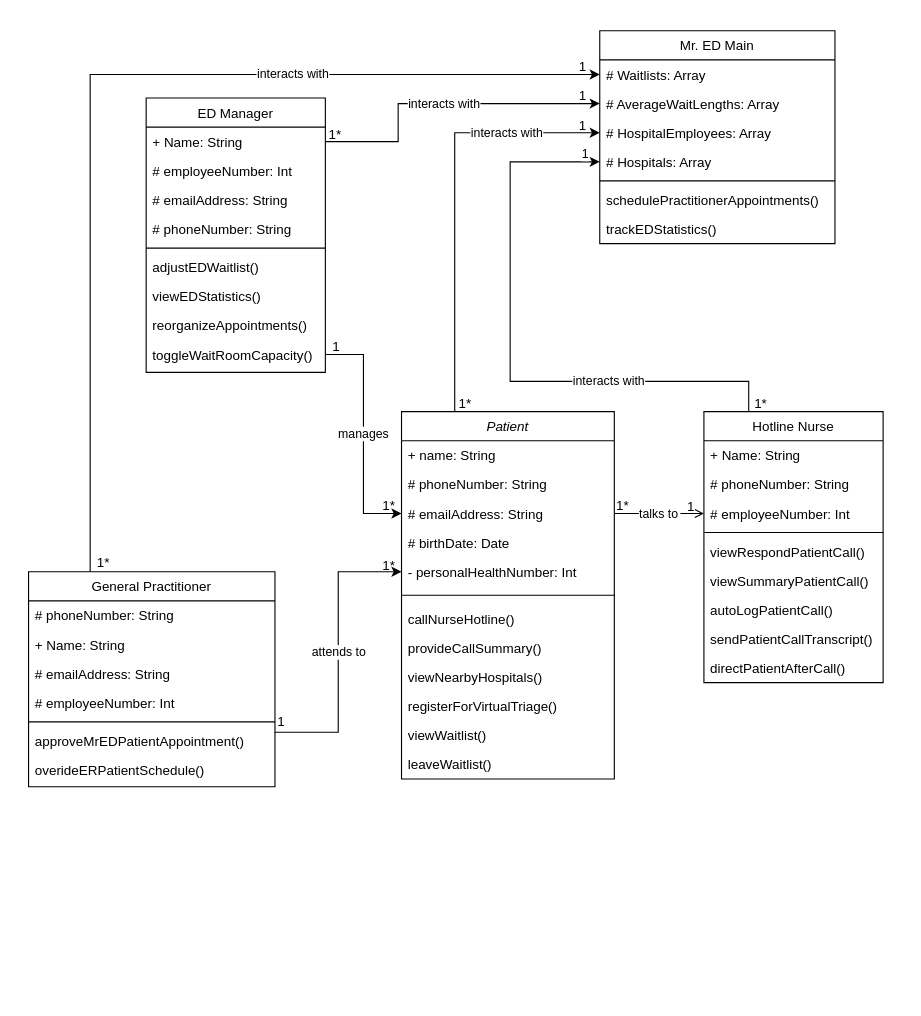
SENG-350-2024-fall/Team9 keeps this draw.io diagram as AmirWork/M2/Mister_ED_ClassDiagram.drawio. Above is the earlier version. Source tidied: cells renumbered, new cells numbered last; positions are measured from the earlier drawing's top-left corner, leaving out a move shared by most shapes. Both pictures are drawn from the tidied source at 112%, with x=0, y=0 at pixel (19, 19).
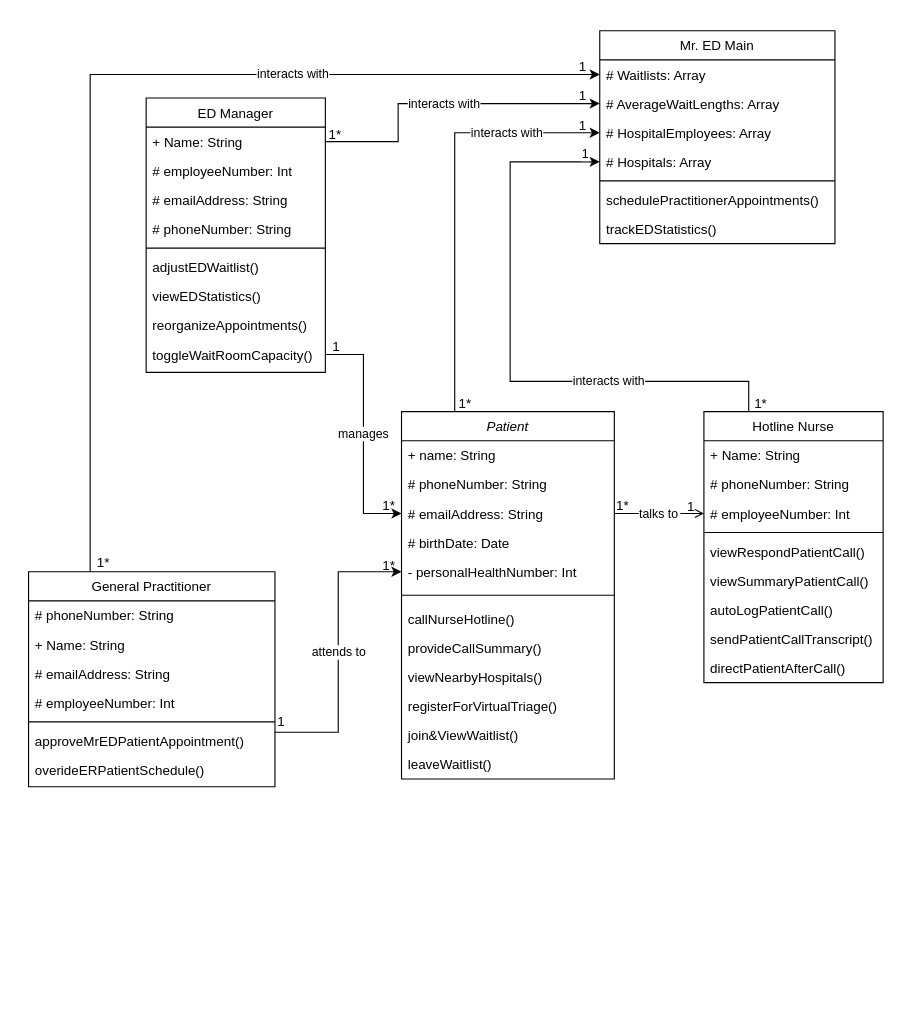
The same diagram, later.

Unchanged cells that the change refers to:
```xml
<mxCell id="6" value="Patient" style="swimlane;fontStyle=2;align=center;verticalAlign=top;horizontal=1;startSize=26;rounded=0;shadow=0;strokeWidth=1;" parent="1" vertex="1">
  <mxGeometry x="341" y="350" width="190" height="328" as="geometry" />
</mxCell>
```

What changed in the source:
```diff
@@
-    <mxCell id="17" value="viewWaitlist()&#10;" style="text;align=left;verticalAlign=top;spacingLeft=4;spacingRight=4;overflow=hidden;" parent="6" vertex="1">
+    <mxCell id="17" value="join&amp;ViewWaitlist()&#10;" style="text;align=left;verticalAlign=top;spacingLeft=4;spacingRight=4;overflow=hidden;" parent="6" vertex="1">
       <mxGeometry y="276" width="190" height="26" as="geometry" />
     </mxCell>
```
